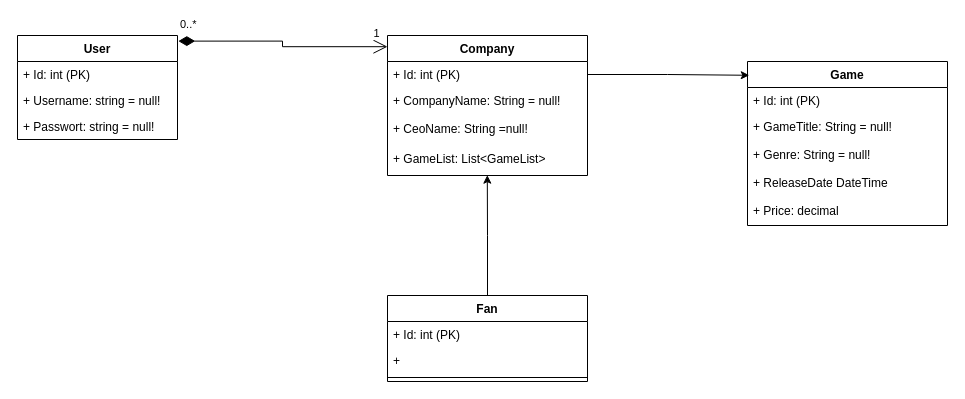
BaranAlg/Multitool-Project keeps this draw.io diagram as Doppelt_UML.drawio. Above is the earlier version. Source tidied: cells renumbered, new cells numbered last; positions are measured from the earlier drawing's top-left corner, leaving out a move shared by most shapes. Both pictures are drawn from the tidied source at 100%, with x=0, y=0 at pixel (17, 35).
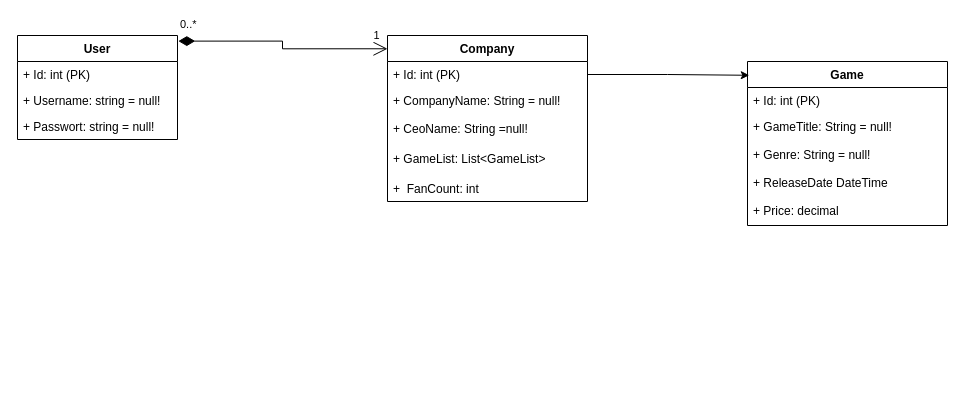
Above is the later version.

The change refers to these unchanged cells:
```xml
<mxCell id="6" value="&lt;div&gt;&lt;div&gt;&lt;div&gt;+ GameList: List&amp;lt;GameList&amp;gt;&lt;/div&gt;&lt;/div&gt;&lt;/div&gt;" style="text;strokeColor=none;fillColor=none;align=left;verticalAlign=top;spacingLeft=4;spacingRight=4;overflow=hidden;points=[[0,0.5],[1,0.5]];portConstraint=eastwest;whiteSpace=wrap;html=1;" parent="2" vertex="1">
  <mxGeometry y="110" width="200" height="30" as="geometry" />
</mxCell>
```

Change to the diagram source:
```diff
@@
     <mxCell id="2" value="Company" style="swimlane;fontStyle=1;align=center;verticalAlign=top;horizontal=1;startSize=26;whiteSpace=wrap;html=1;" parent="1" vertex="1">
-      <mxGeometry x="370" width="200" height="140" as="geometry" />
+      <mxGeometry x="370" width="200" height="166" as="geometry" />
     </mxCell>
@@
+    <mxCell id="21" value="+&amp;nbsp; FanCount: int&amp;nbsp;" style="text;strokeColor=none;fillColor=none;align=left;verticalAlign=top;spacingLeft=4;spacingRight=4;overflow=hidden;whiteSpace=wrap;html=1;" parent="2" vertex="1">
+      <mxGeometry y="140" width="200" height="26" as="geometry" />
+    </mxCell>
@@
-    <mxCell id="19" value="Fan" style="swimlane;fontStyle=1;align=center;verticalAlign=top;horizontal=1;startSize=26;whiteSpace=wrap;html=1;" parent="1" vertex="1">
-      <mxGeometry x="370" y="260" width="200" height="86" as="geometry" />
-    </mxCell>
-    <mxCell id="20" value="+ Id: int (PK)" style="text;strokeColor=none;fillColor=none;align=left;verticalAlign=top;spacingLeft=4;spacingRight=4;overflow=hidden;whiteSpace=wrap;html=1;" parent="19" vertex="1">
-      <mxGeometry y="26" width="200" height="26" as="geometry" />
-    </mxCell>
-    <mxCell id="21" value="+&amp;nbsp;" style="text;strokeColor=none;fillColor=none;align=left;verticalAlign=top;spacingLeft=4;spacingRight=4;overflow=hidden;whiteSpace=wrap;html=1;" parent="19" vertex="1">
-      <mxGeometry y="52" width="200" height="26" as="geometry" />
-    </mxCell>
-    <mxCell id="22" style="line;strokeWidth=1;fillColor=none;align=left;verticalAlign=middle;spacingTop=-1;spacingLeft=3;spacingRight=3;labelPosition=right;strokeColor=inherit;" parent="19" vertex="1">
-      <mxGeometry y="78" width="200" height="8" as="geometry" />
-    </mxCell>
@@
-    <mxCell id="24" style="edgeStyle=orthogonalEdgeStyle;rounded=0;jettySize=auto;html=1;exitX=0.5;exitY=0;exitDx=0;exitDy=0;entryX=0.499;entryY=0.989;entryDx=0;entryDy=0;entryPerimeter=0;" parent="1" edge="1" source="19" target="6">
-      <mxGeometry relative="1" as="geometry" />
-    </mxCell>
```
